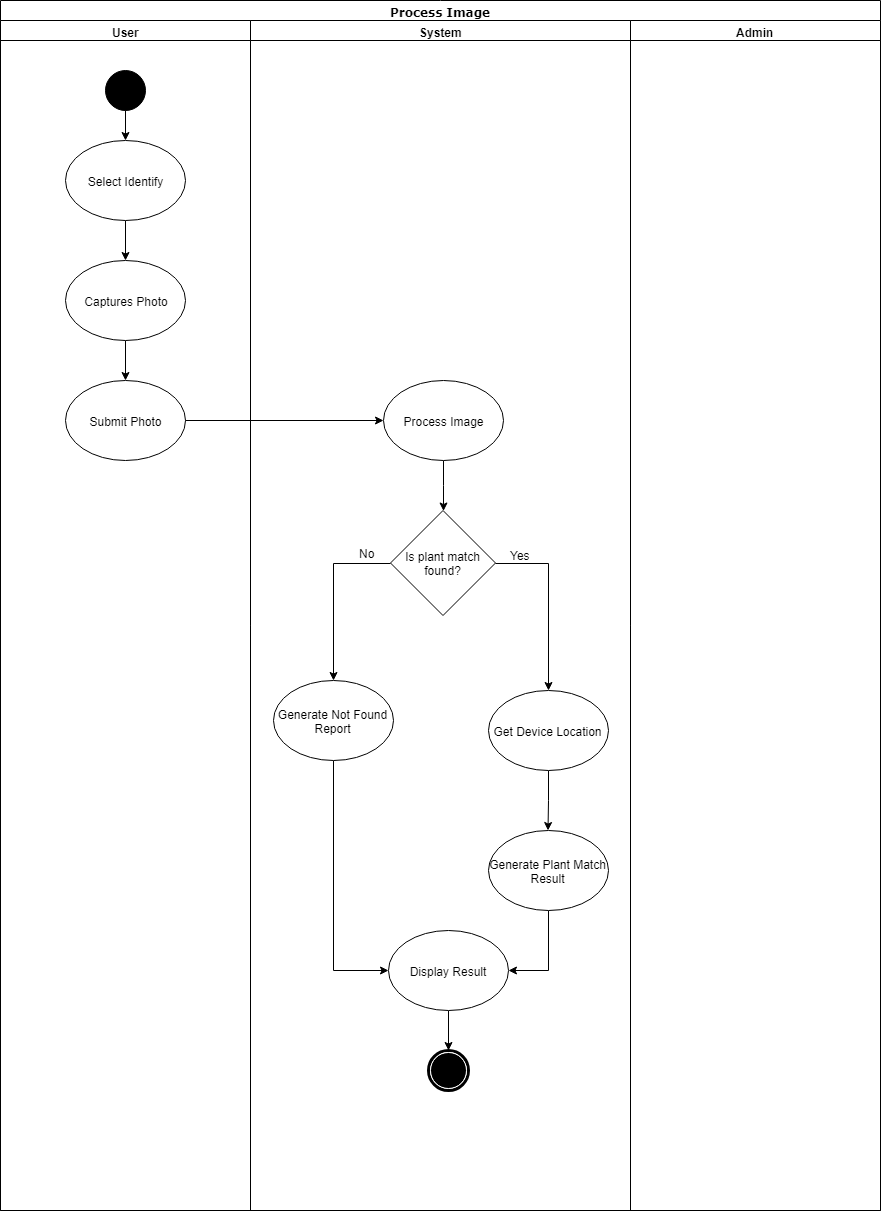
The draw.io diagram Documentations/Diagrams (Midterms)/Activity Diagram/Process_Image/Activity Diagram - Process Image.png in seans888/project--lyf, before a commit. Source tidied: cells renumbered, new cells last; positions are measured from the earlier drawing's top-left corner, leaving out a move shared by most shapes. The source it was exported from:
```xml
<mxGraphModel background="#ffffff">
  <root>
    <mxCell id="0" />
    <mxCell id="1" parent="0" />
    <mxCell id="2" value="Process Image" style="swimlane;html=1;startSize=20;rounded=0;shadow=0;comic=0;labelBackgroundColor=none;strokeColor=#000000;strokeWidth=1;fillColor=#ffffff;fontFamily=Verdana;fontSize=12;fontColor=#000000;align=center;" parent="1" vertex="1">
      <mxGeometry width="880" height="1210" as="geometry" />
    </mxCell>
    <mxCell id="3" value="User" style="swimlane;html=1;startSize=20;" parent="2" vertex="1">
      <mxGeometry y="20" width="250" height="1190" as="geometry" />
    </mxCell>
    <mxCell id="4" style="edgeStyle=orthogonalEdgeStyle;rounded=0;jettySize=auto;html=1;exitX=0.5;exitY=1;exitDx=0;exitDy=0;entryX=0.5;entryY=0;entryDx=0;entryDy=0;" parent="3" edge="1" source="5" target="7">
      <mxGeometry relative="1" as="geometry" />
    </mxCell>
    <mxCell id="5" style="ellipse;whiteSpace=wrap;html=1;rounded=0;shadow=0;comic=0;labelBackgroundColor=none;strokeColor=#000000;strokeWidth=1;fillColor=#000000;fontFamily=Verdana;fontSize=12;fontColor=#000000;align=center;" parent="3" vertex="1">
      <mxGeometry x="105" y="50" width="40" height="40" as="geometry" />
    </mxCell>
    <mxCell id="6" style="edgeStyle=orthogonalEdgeStyle;rounded=0;jettySize=auto;html=1;exitX=0.5;exitY=1;exitDx=0;exitDy=0;" parent="3" edge="1" source="7" target="9">
      <mxGeometry relative="1" as="geometry" />
    </mxCell>
    <mxCell id="7" value="Select Identify" style="ellipse;whiteSpace=wrap;html=1;" parent="3" vertex="1">
      <mxGeometry x="65" y="120" width="120" height="80" as="geometry" />
    </mxCell>
    <mxCell id="8" style="edgeStyle=orthogonalEdgeStyle;rounded=0;jettySize=auto;html=1;exitX=0.5;exitY=1;exitDx=0;exitDy=0;entryX=0.5;entryY=0;entryDx=0;entryDy=0;" parent="3" edge="1" source="9" target="10">
      <mxGeometry relative="1" as="geometry" />
    </mxCell>
    <mxCell id="9" value="Captures Photo" style="ellipse;whiteSpace=wrap;html=1;" parent="3" vertex="1">
      <mxGeometry x="65" y="240" width="120" height="80" as="geometry" />
    </mxCell>
    <mxCell id="10" value="Submit Photo" style="ellipse;whiteSpace=wrap;html=1;" parent="3" vertex="1">
      <mxGeometry x="65" y="360" width="120" height="80" as="geometry" />
    </mxCell>
    <mxCell id="11" value="System" style="swimlane;html=1;startSize=20;" parent="2" vertex="1">
      <mxGeometry x="250" y="20" width="380" height="1190" as="geometry" />
    </mxCell>
    <mxCell id="12" style="edgeStyle=orthogonalEdgeStyle;rounded=0;jettySize=auto;html=1;exitX=0.5;exitY=1;exitDx=0;exitDy=0;" parent="11" edge="1" source="13" target="16">
      <mxGeometry relative="1" as="geometry" />
    </mxCell>
    <mxCell id="13" value="Process Image" style="ellipse;whiteSpace=wrap;html=1;" parent="11" vertex="1">
      <mxGeometry x="132.5" y="360" width="120" height="80" as="geometry" />
    </mxCell>
    <mxCell id="14" style="edgeStyle=orthogonalEdgeStyle;rounded=0;jettySize=auto;html=1;exitX=1;exitY=0.5;exitDx=0;exitDy=0;entryX=0.5;entryY=0;entryDx=0;entryDy=0;" parent="11" edge="1" source="16" target="20">
      <mxGeometry relative="1" as="geometry" />
    </mxCell>
    <mxCell id="15" style="edgeStyle=orthogonalEdgeStyle;rounded=0;jettySize=auto;html=1;exitX=0;exitY=0.5;exitDx=0;exitDy=0;entryX=0.5;entryY=0;entryDx=0;entryDy=0;" parent="11" edge="1" source="16" target="18">
      <mxGeometry relative="1" as="geometry" />
    </mxCell>
    <mxCell id="16" value="Is plant match found?" style="rhombus;whiteSpace=wrap;html=1;" parent="11" vertex="1">
      <mxGeometry x="140" y="490" width="105" height="105" as="geometry" />
    </mxCell>
    <mxCell id="17" style="edgeStyle=orthogonalEdgeStyle;rounded=0;jettySize=auto;html=1;exitX=0.5;exitY=1;exitDx=0;exitDy=0;entryX=0;entryY=0.5;entryDx=0;entryDy=0;" parent="11" edge="1" source="18" target="24">
      <mxGeometry relative="1" as="geometry" />
    </mxCell>
    <mxCell id="18" value="Generate Not Found Report" style="ellipse;whiteSpace=wrap;html=1;" parent="11" vertex="1">
      <mxGeometry x="22.5" y="660" width="120" height="80" as="geometry" />
    </mxCell>
    <mxCell id="19" style="edgeStyle=orthogonalEdgeStyle;rounded=0;jettySize=auto;html=1;exitX=0.5;exitY=1;exitDx=0;exitDy=0;" parent="11" edge="1" source="20" target="22">
      <mxGeometry relative="1" as="geometry" />
    </mxCell>
    <mxCell id="20" value="Get Device Location" style="ellipse;whiteSpace=wrap;html=1;" parent="11" vertex="1">
      <mxGeometry x="237.5" y="670" width="120" height="80" as="geometry" />
    </mxCell>
    <mxCell id="21" style="edgeStyle=orthogonalEdgeStyle;rounded=0;jettySize=auto;html=1;exitX=0.5;exitY=1;exitDx=0;exitDy=0;entryX=1;entryY=0.5;entryDx=0;entryDy=0;" parent="11" edge="1" source="22" target="24">
      <mxGeometry relative="1" as="geometry" />
    </mxCell>
    <mxCell id="22" value="Generate Plant Match Result" style="ellipse;whiteSpace=wrap;html=1;" parent="11" vertex="1">
      <mxGeometry x="237.5" y="810" width="120" height="80" as="geometry" />
    </mxCell>
    <mxCell id="23" style="edgeStyle=orthogonalEdgeStyle;rounded=0;jettySize=auto;html=1;exitX=0.5;exitY=1;exitDx=0;exitDy=0;entryX=0.5;entryY=0;entryDx=0;entryDy=0;" parent="11" edge="1" source="24" target="25">
      <mxGeometry relative="1" as="geometry" />
    </mxCell>
    <mxCell id="24" value="Display Result" style="ellipse;whiteSpace=wrap;html=1;" parent="11" vertex="1">
      <mxGeometry x="137.5" y="910" width="120" height="80" as="geometry" />
    </mxCell>
    <mxCell id="25" style="shape=mxgraph.bpmn.shape;html=1;verticalLabelPosition=bottom;labelBackgroundColor=#ffffff;verticalAlign=top;perimeter=ellipsePerimeter;outline=end;symbol=terminate;rounded=0;shadow=0;comic=0;strokeColor=#000000;strokeWidth=1;fillColor=#ffffff;fontFamily=Verdana;fontSize=12;fontColor=#000000;align=center;" parent="11" vertex="1">
      <mxGeometry x="177.5" y="1030" width="40" height="40" as="geometry" />
    </mxCell>
    <mxCell id="26" value="Admin" style="swimlane;html=1;startSize=20;" parent="2" vertex="1">
      <mxGeometry x="630" y="20" width="250" height="1190" as="geometry" />
    </mxCell>
    <mxCell id="27" style="edgeStyle=orthogonalEdgeStyle;rounded=0;jettySize=auto;html=1;exitX=1;exitY=0.5;exitDx=0;exitDy=0;entryX=0;entryY=0.5;entryDx=0;entryDy=0;" parent="2" edge="1" source="10" target="13">
      <mxGeometry relative="1" as="geometry" />
    </mxCell>
    <mxCell id="28" value="No" style="text;html=1;align=left;verticalAlign=top;spacingTop=-4;" parent="1" vertex="1">
      <mxGeometry x="356.5" y="544" width="30" height="10" as="geometry" />
    </mxCell>
    <mxCell id="29" value="Yes" style="text;html=1;align=left;verticalAlign=top;spacingTop=-4;" parent="1" vertex="1">
      <mxGeometry x="507.5" y="546" width="40" height="10" as="geometry" />
    </mxCell>
  </root>
</mxGraphModel>
```
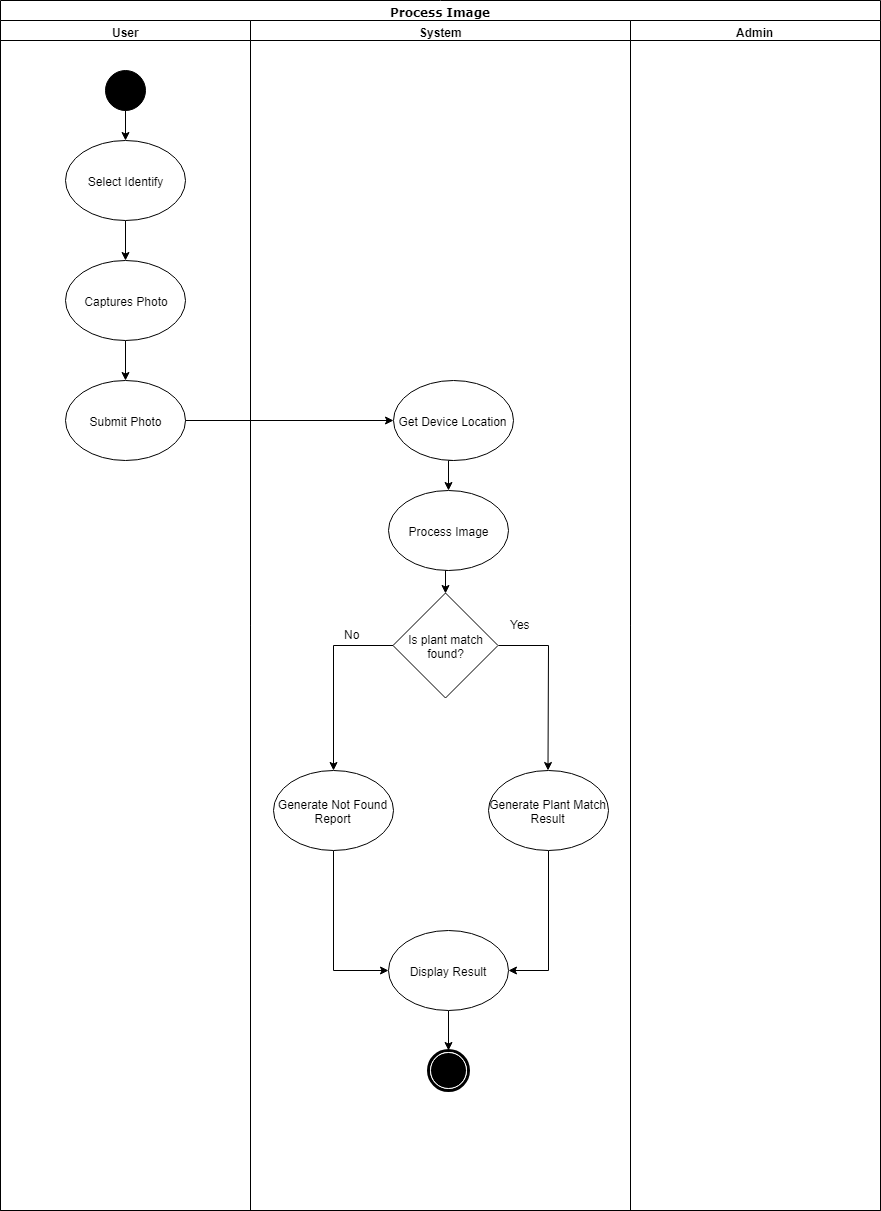
Above is the later version.

What changed in the source:
```diff
@@ -32,38 +32,32 @@
     <mxCell id="11" value="System" style="swimlane;html=1;startSize=20;" parent="2" vertex="1">
       <mxGeometry x="250" y="20" width="380" height="1190" as="geometry" />
     </mxCell>
-    <mxCell id="12" style="edgeStyle=orthogonalEdgeStyle;rounded=0;jettySize=auto;html=1;exitX=0.5;exitY=1;exitDx=0;exitDy=0;" parent="11" edge="1" source="13" target="16">
-      <mxGeometry relative="1" as="geometry" />
-    </mxCell>
-    <mxCell id="13" value="Process Image" style="ellipse;whiteSpace=wrap;html=1;" parent="11" vertex="1">
-      <mxGeometry x="132.5" y="360" width="120" height="80" as="geometry" />
-    </mxCell>
-    <mxCell id="14" style="edgeStyle=orthogonalEdgeStyle;rounded=0;jettySize=auto;html=1;exitX=1;exitY=0.5;exitDx=0;exitDy=0;entryX=0.5;entryY=0;entryDx=0;entryDy=0;" parent="11" edge="1" source="16" target="20">
-      <mxGeometry relative="1" as="geometry" />
-    </mxCell>
     <mxCell id="15" style="edgeStyle=orthogonalEdgeStyle;rounded=0;jettySize=auto;html=1;exitX=0;exitY=0.5;exitDx=0;exitDy=0;entryX=0.5;entryY=0;entryDx=0;entryDy=0;" parent="11" edge="1" source="16" target="18">
       <mxGeometry relative="1" as="geometry" />
     </mxCell>
+    <mxCell id="30" style="edgeStyle=orthogonalEdgeStyle;rounded=0;jettySize=auto;html=1;exitX=1;exitY=0.5;exitDx=0;exitDy=0;" parent="11" edge="1" source="16" target="22">
+      <mxGeometry relative="1" as="geometry" />
+    </mxCell>
     <mxCell id="16" value="Is plant match found?" style="rhombus;whiteSpace=wrap;html=1;" parent="11" vertex="1">
-      <mxGeometry x="140" y="490" width="105" height="105" as="geometry" />
+      <mxGeometry x="142.5" y="572.5" width="105" height="105" as="geometry" />
     </mxCell>
     <mxCell id="17" style="edgeStyle=orthogonalEdgeStyle;rounded=0;jettySize=auto;html=1;exitX=0.5;exitY=1;exitDx=0;exitDy=0;entryX=0;entryY=0.5;entryDx=0;entryDy=0;" parent="11" edge="1" source="18" target="24">
       <mxGeometry relative="1" as="geometry" />
     </mxCell>
     <mxCell id="18" value="Generate Not Found Report" style="ellipse;whiteSpace=wrap;html=1;" parent="11" vertex="1">
-      <mxGeometry x="22.5" y="660" width="120" height="80" as="geometry" />
+      <mxGeometry x="22.5" y="750" width="120" height="80" as="geometry" />
     </mxCell>
-    <mxCell id="19" style="edgeStyle=orthogonalEdgeStyle;rounded=0;jettySize=auto;html=1;exitX=0.5;exitY=1;exitDx=0;exitDy=0;" parent="11" edge="1" source="20" target="22">
-      <mxGeometry relative="1" as="geometry" />
-    </mxCell>
+    <mxCell id="31" style="edgeStyle=orthogonalEdgeStyle;rounded=0;jettySize=auto;html=1;exitX=0.5;exitY=1;exitDx=0;exitDy=0;entryX=0.5;entryY=0;entryDx=0;entryDy=0;" parent="11" edge="1" source="20" target="13">
+      <mxGeometry relative="1" as="geometry" />
+    </mxCell>
     <mxCell id="20" value="Get Device Location" style="ellipse;whiteSpace=wrap;html=1;" parent="11" vertex="1">
-      <mxGeometry x="237.5" y="670" width="120" height="80" as="geometry" />
+      <mxGeometry x="142.5" y="360" width="120" height="80" as="geometry" />
     </mxCell>
     <mxCell id="21" style="edgeStyle=orthogonalEdgeStyle;rounded=0;jettySize=auto;html=1;exitX=0.5;exitY=1;exitDx=0;exitDy=0;entryX=1;entryY=0.5;entryDx=0;entryDy=0;" parent="11" edge="1" source="22" target="24">
       <mxGeometry relative="1" as="geometry" />
     </mxCell>
     <mxCell id="22" value="Generate Plant Match Result" style="ellipse;whiteSpace=wrap;html=1;" parent="11" vertex="1">
-      <mxGeometry x="237.5" y="810" width="120" height="80" as="geometry" />
+      <mxGeometry x="237.5" y="750" width="120" height="80" as="geometry" />
     </mxCell>
     <mxCell id="23" style="edgeStyle=orthogonalEdgeStyle;rounded=0;jettySize=auto;html=1;exitX=0.5;exitY=1;exitDx=0;exitDy=0;entryX=0.5;entryY=0;entryDx=0;entryDy=0;" parent="11" edge="1" source="24" target="25">
       <mxGeometry relative="1" as="geometry" />
@@ -74,17 +68,23 @@
     <mxCell id="25" style="shape=mxgraph.bpmn.shape;html=1;verticalLabelPosition=bottom;labelBackgroundColor=#ffffff;verticalAlign=top;perimeter=ellipsePerimeter;outline=end;symbol=terminate;rounded=0;shadow=0;comic=0;strokeColor=#000000;strokeWidth=1;fillColor=#ffffff;fontFamily=Verdana;fontSize=12;fontColor=#000000;align=center;" parent="11" vertex="1">
       <mxGeometry x="177.5" y="1030" width="40" height="40" as="geometry" />
     </mxCell>
+    <mxCell id="12" style="edgeStyle=orthogonalEdgeStyle;rounded=0;jettySize=auto;html=1;exitX=0.5;exitY=1;exitDx=0;exitDy=0;entryX=0.5;entryY=0;entryDx=0;entryDy=0;" parent="11" edge="1" source="13" target="16">
+      <mxGeometry relative="1" as="geometry" />
+    </mxCell>
+    <mxCell id="13" value="Process Image" style="ellipse;whiteSpace=wrap;html=1;" parent="11" vertex="1">
+      <mxGeometry x="137.5" y="470" width="120" height="80" as="geometry" />
+    </mxCell>
+    <mxCell id="29" value="Yes" style="text;html=1;align=left;verticalAlign=top;spacingTop=-4;" parent="11" vertex="1">
+      <mxGeometry x="257.5" y="595" width="40" height="10" as="geometry" />
+    </mxCell>
+    <mxCell id="28" value="No" style="text;html=1;align=left;verticalAlign=top;spacingTop=-4;" parent="11" vertex="1">
+      <mxGeometry x="91.5" y="605" width="30" height="10" as="geometry" />
+    </mxCell>
     <mxCell id="26" value="Admin" style="swimlane;html=1;startSize=20;" parent="2" vertex="1">
       <mxGeometry x="630" y="20" width="250" height="1190" as="geometry" />
     </mxCell>
-    <mxCell id="27" style="edgeStyle=orthogonalEdgeStyle;rounded=0;jettySize=auto;html=1;exitX=1;exitY=0.5;exitDx=0;exitDy=0;entryX=0;entryY=0.5;entryDx=0;entryDy=0;" parent="2" edge="1" source="10" target="13">
-      <mxGeometry relative="1" as="geometry" />
-    </mxCell>
-    <mxCell id="28" value="No" style="text;html=1;align=left;verticalAlign=top;spacingTop=-4;" parent="1" vertex="1">
-      <mxGeometry x="356.5" y="544" width="30" height="10" as="geometry" />
-    </mxCell>
-    <mxCell id="29" value="Yes" style="text;html=1;align=left;verticalAlign=top;spacingTop=-4;" parent="1" vertex="1">
-      <mxGeometry x="507.5" y="546" width="40" height="10" as="geometry" />
-    </mxCell>
+    <mxCell id="32" style="edgeStyle=orthogonalEdgeStyle;rounded=0;jettySize=auto;html=1;exitX=1;exitY=0.5;exitDx=0;exitDy=0;entryX=0;entryY=0.5;entryDx=0;entryDy=0;" parent="2" edge="1" source="10" target="20">
+      <mxGeometry relative="1" as="geometry" />
+    </mxCell>
   </root>
 </mxGraphModel>
```
